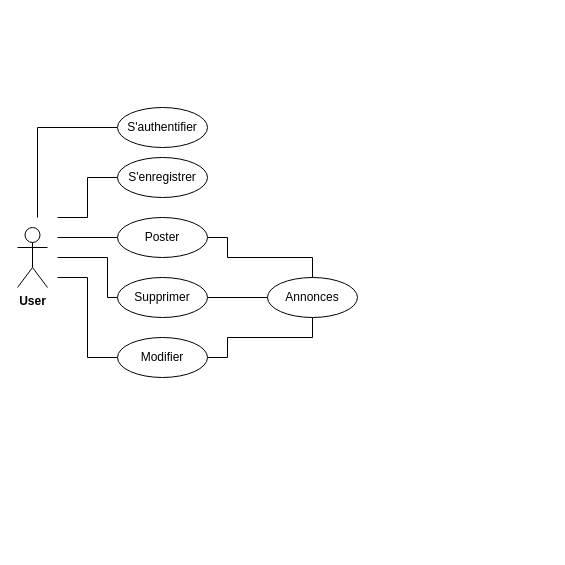
Earlier version of the draw.io diagram Maquettes/Use case.drawio (YFanha/PROJ-Annonces). Source tidied: cells renumbered, new cells numbered last; positions are measured from the earlier drawing's top-left corner, leaving out a move shared by most shapes. Both pictures are drawn from the tidied source at 100%, with x=0, y=0 at pixel (17, 107).
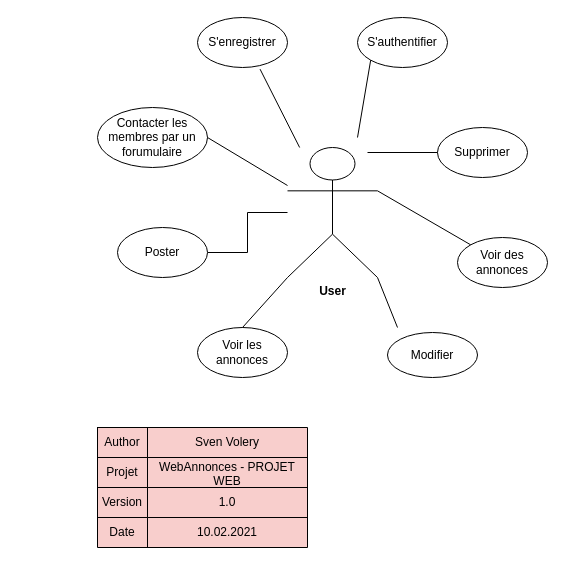
After the change.

Commit message (it also covers changes not shown here):
rajout de cas d'utilisation

The edit, as a diff of the source:
```diff
@@
     <mxCell id="2" value="&lt;b&gt;User&lt;/b&gt;" style="shape=umlActor;verticalLabelPosition=bottom;verticalAlign=top;html=1;outlineConnect=0;" parent="1" vertex="1">
-      <mxGeometry y="120" width="30" height="60" as="geometry" />
+      <mxGeometry x="270" y="40" width="90" height="130" as="geometry" />
     </mxCell>
-    <mxCell id="3" style="edgeStyle=orthogonalEdgeStyle;rounded=0;jettySize=auto;html=1;exitX=0;exitY=0.5;exitDx=0;exitDy=0;endArrow=none;endFill=0;" parent="1" edge="1" source="4">
-      <mxGeometry relative="1" as="geometry">
-        <mxPoint x="20" y="110" as="targetPoint" />
-        <Array as="points">
-          <mxPoint x="20" y="20" />
-          <mxPoint x="20" y="110" />
-        </Array>
-      </mxGeometry>
-    </mxCell>
     <mxCell id="4" value="S'authentifier" style="ellipse;whiteSpace=wrap;html=1;" parent="1" vertex="1">
-      <mxGeometry x="100" width="90" height="40" as="geometry" />
+      <mxGeometry x="340" y="-90" width="90" height="50" as="geometry" />
     </mxCell>
-    <mxCell id="5" style="edgeStyle=orthogonalEdgeStyle;rounded=0;jettySize=auto;html=1;exitX=0;exitY=0.5;exitDx=0;exitDy=0;endArrow=none;endFill=0;" parent="1" edge="1" source="6">
-      <mxGeometry relative="1" as="geometry">
-        <mxPoint x="40" y="110" as="targetPoint" />
-        <Array as="points">
-          <mxPoint x="70" y="70" />
-          <mxPoint x="70" y="110" />
-          <mxPoint x="40" y="110" />
-        </Array>
-      </mxGeometry>
-    </mxCell>
     <mxCell id="6" value="S'enregistrer" style="ellipse;whiteSpace=wrap;html=1;" parent="1" vertex="1">
-      <mxGeometry x="100" y="50" width="90" height="40" as="geometry" />
+      <mxGeometry x="180" y="-90" width="90" height="50" as="geometry" />
     </mxCell>
-    <mxCell id="7" style="edgeStyle=orthogonalEdgeStyle;rounded=0;jettySize=auto;html=1;exitX=1;exitY=0.5;exitDx=0;exitDy=0;entryX=0.5;entryY=0;entryDx=0;entryDy=0;endArrow=none;endFill=0;" parent="1" edge="1" source="9" target="16">
-      <mxGeometry relative="1" as="geometry">
-        <Array as="points">
-          <mxPoint x="210" y="130" />
-          <mxPoint x="210" y="150" />
-          <mxPoint x="295" y="150" />
-        </Array>
-      </mxGeometry>
-    </mxCell>
-    <mxCell id="8" style="edgeStyle=orthogonalEdgeStyle;rounded=0;jettySize=auto;html=1;exitX=0;exitY=0.5;exitDx=0;exitDy=0;endArrow=none;endFill=0;" parent="1" edge="1" source="9">
-      <mxGeometry relative="1" as="geometry">
-        <mxPoint x="40" y="130" as="targetPoint" />
-      </mxGeometry>
-    </mxCell>
+    <mxCell id="17" style="edgeStyle=orthogonalEdgeStyle;rounded=0;jettySize=auto;html=1;endArrow=none;endFill=0;" parent="1" edge="1" source="9" target="2">
+      <mxGeometry relative="1" as="geometry" />
+    </mxCell>
     <mxCell id="9" value="Poster" style="ellipse;whiteSpace=wrap;html=1;" parent="1" vertex="1">
-      <mxGeometry x="100" y="110" width="90" height="40" as="geometry" />
+      <mxGeometry x="100" y="120" width="90" height="50" as="geometry" />
     </mxCell>
-    <mxCell id="10" style="edgeStyle=orthogonalEdgeStyle;rounded=0;jettySize=auto;html=1;exitX=1;exitY=0.5;exitDx=0;exitDy=0;entryX=0;entryY=0.5;entryDx=0;entryDy=0;endArrow=none;endFill=0;" parent="1" edge="1" source="12" target="16">
-      <mxGeometry relative="1" as="geometry" />
-    </mxCell>
-    <mxCell id="11" style="edgeStyle=orthogonalEdgeStyle;rounded=0;jettySize=auto;html=1;exitX=0;exitY=0.5;exitDx=0;exitDy=0;endArrow=none;endFill=0;" parent="1" edge="1" source="12">
-      <mxGeometry relative="1" as="geometry">
-        <mxPoint x="40" y="150" as="targetPoint" />
-        <Array as="points">
-          <mxPoint x="90" y="190" />
-          <mxPoint x="90" y="150" />
-        </Array>
-      </mxGeometry>
-    </mxCell>
     <mxCell id="12" value="Supprimer" style="ellipse;whiteSpace=wrap;html=1;" parent="1" vertex="1">
-      <mxGeometry x="100" y="170" width="90" height="40" as="geometry" />
+      <mxGeometry x="420" y="20" width="90" height="50" as="geometry" />
     </mxCell>
-    <mxCell id="13" style="edgeStyle=orthogonalEdgeStyle;rounded=0;jettySize=auto;html=1;exitX=1;exitY=0.5;exitDx=0;exitDy=0;entryX=0.5;entryY=1;entryDx=0;entryDy=0;endArrow=none;endFill=0;" parent="1" edge="1" source="15" target="16">
-      <mxGeometry relative="1" as="geometry">
-        <Array as="points">
-          <mxPoint x="210" y="250" />
-          <mxPoint x="210" y="230" />
-          <mxPoint x="295" y="230" />
-        </Array>
-      </mxGeometry>
-    </mxCell>
-    <mxCell id="14" style="edgeStyle=orthogonalEdgeStyle;rounded=0;jettySize=auto;html=1;exitX=0;exitY=0.5;exitDx=0;exitDy=0;endArrow=none;endFill=0;" parent="1" edge="1" source="15">
-      <mxGeometry relative="1" as="geometry">
-        <mxPoint x="40" y="170" as="targetPoint" />
-        <Array as="points">
-          <mxPoint x="70" y="250" />
-          <mxPoint x="70" y="170" />
-        </Array>
-      </mxGeometry>
-    </mxCell>
     <mxCell id="15" value="Modifier" style="ellipse;whiteSpace=wrap;html=1;" parent="1" vertex="1">
-      <mxGeometry x="100" y="230" width="90" height="40" as="geometry" />
+      <mxGeometry x="370" y="225" width="90" height="45" as="geometry" />
     </mxCell>
-    <mxCell id="16" value="Annonces" style="ellipse;whiteSpace=wrap;html=1;" parent="1" vertex="1">
-      <mxGeometry x="250" y="170" width="90" height="40" as="geometry" />
-    </mxCell>
+    <mxCell id="18" value="Voir des annonces" style="ellipse;whiteSpace=wrap;html=1;" parent="1" vertex="1">
+      <mxGeometry x="440" y="130" width="90" height="50" as="geometry" />
+    </mxCell>
+    <mxCell id="19" value="Voir les annonces" style="ellipse;whiteSpace=wrap;html=1;" parent="1" vertex="1">
+      <mxGeometry x="180" y="220" width="90" height="50" as="geometry" />
+    </mxCell>
+    <mxCell id="20" value="Contacter les membres par un forumulaire" style="ellipse;whiteSpace=wrap;html=1;" parent="1" vertex="1">
+      <mxGeometry x="80" width="110" height="60" as="geometry" />
+    </mxCell>
+    <mxCell id="21" style="endArrow=none;html=1;exitX=0.5;exitY=0;exitDx=0;exitDy=0;" parent="1" edge="1" source="19">
+      <mxGeometry relative="1" as="geometry">
+        <mxPoint x="270" y="170" as="targetPoint" />
+      </mxGeometry>
+    </mxCell>
+    <mxCell id="22" style="endArrow=none;html=1;entryX=1;entryY=0.5;entryDx=0;entryDy=0;" parent="1" edge="1" source="2" target="20">
+      <mxGeometry relative="1" as="geometry" />
+    </mxCell>
+    <mxCell id="23" style="endArrow=none;html=1;entryX=0.695;entryY=1.033;entryDx=0;entryDy=0;entryPerimeter=0;" parent="1" edge="1" source="2" target="6">
+      <mxGeometry relative="1" as="geometry" />
+    </mxCell>
+    <mxCell id="24" style="endArrow=none;html=1;entryX=0;entryY=1;entryDx=0;entryDy=0;" parent="1" edge="1" target="4">
+      <mxGeometry relative="1" as="geometry">
+        <mxPoint x="340" y="30" as="sourcePoint" />
+      </mxGeometry>
+    </mxCell>
+    <mxCell id="25" style="endArrow=none;html=1;entryX=0;entryY=0.5;entryDx=0;entryDy=0;" parent="1" edge="1" target="12">
+      <mxGeometry relative="1" as="geometry">
+        <mxPoint x="350" y="45" as="sourcePoint" />
+      </mxGeometry>
+    </mxCell>
+    <mxCell id="26" style="endArrow=none;html=1;entryX=0;entryY=0;entryDx=0;entryDy=0;exitX=1;exitY=0.3333333333333333;exitDx=0;exitDy=0;exitPerimeter=0;" parent="1" edge="1" source="2" target="18">
+      <mxGeometry relative="1" as="geometry" />
+    </mxCell>
+    <mxCell id="27" style="endArrow=none;html=1;exitX=1;exitY=1;exitDx=0;exitDy=0;exitPerimeter=0;" parent="1" edge="1" source="2">
+      <mxGeometry relative="1" as="geometry">
+        <mxPoint x="380" y="220" as="targetPoint" />
+      </mxGeometry>
+    </mxCell>
+    <mxCell id="28" style="shape=table;html=1;whiteSpace=wrap;startSize=0;childLayout=tableLayout;fillColor=#f8cecc;" parent="1" vertex="1">
+      <mxGeometry x="80" y="320" width="210" height="120" as="geometry" />
+    </mxCell>
+    <mxCell id="29" style="shape=partialRectangle;html=1;whiteSpace=wrap;fillColor=none;top=0;left=0;bottom=0;right=0;" parent="28" vertex="1">
+      <mxGeometry width="210" height="30" as="geometry" />
+    </mxCell>
+    <mxCell id="30" value="Author" style="shape=partialRectangle;html=1;whiteSpace=wrap;fillColor=none;top=0;left=0;bottom=0;right=0;overflow=hidden;" parent="29" vertex="1">
+      <mxGeometry width="50" height="30" as="geometry" />
+    </mxCell>
+    <mxCell id="31" value="Sven Volery" style="shape=partialRectangle;html=1;whiteSpace=wrap;fillColor=none;top=0;left=0;bottom=0;right=0;overflow=hidden;" parent="29" vertex="1">
+      <mxGeometry x="50" width="160" height="30" as="geometry" />
+    </mxCell>
+    <mxCell id="32" style="shape=partialRectangle;html=1;whiteSpace=wrap;fillColor=none;top=0;left=0;bottom=0;right=0;" parent="28" vertex="1">
+      <mxGeometry y="30" width="210" height="30" as="geometry" />
+    </mxCell>
+    <mxCell id="33" value="Projet" style="shape=partialRectangle;html=1;whiteSpace=wrap;fillColor=none;top=0;left=0;bottom=0;right=0;overflow=hidden;" parent="32" vertex="1">
+      <mxGeometry width="50" height="30" as="geometry" />
+    </mxCell>
+    <mxCell id="34" value="WebAnnonces - PROJET WEB" style="shape=partialRectangle;html=1;whiteSpace=wrap;fillColor=none;top=0;left=0;bottom=0;right=0;overflow=hidden;" parent="32" vertex="1">
+      <mxGeometry x="50" width="160" height="30" as="geometry" />
+    </mxCell>
+    <mxCell id="35" style="shape=partialRectangle;html=1;whiteSpace=wrap;fillColor=none;top=0;left=0;bottom=0;right=0;" parent="28" vertex="1">
+      <mxGeometry y="60" width="210" height="30" as="geometry" />
+    </mxCell>
+    <mxCell id="36" value="Version" style="shape=partialRectangle;html=1;whiteSpace=wrap;fillColor=none;top=0;left=0;bottom=0;right=0;overflow=hidden;" parent="35" vertex="1">
+      <mxGeometry width="50" height="30" as="geometry" />
+    </mxCell>
+    <mxCell id="37" value="1.0" style="shape=partialRectangle;html=1;whiteSpace=wrap;fillColor=none;top=0;left=0;bottom=0;right=0;overflow=hidden;" parent="35" vertex="1">
+      <mxGeometry x="50" width="160" height="30" as="geometry" />
+    </mxCell>
+    <mxCell id="38" style="shape=partialRectangle;html=1;whiteSpace=wrap;fillColor=none;top=0;left=0;bottom=0;right=0;" parent="28" vertex="1">
+      <mxGeometry y="90" width="210" height="30" as="geometry" />
+    </mxCell>
+    <mxCell id="39" value="Date" style="shape=partialRectangle;html=1;whiteSpace=wrap;fillColor=none;top=0;left=0;bottom=0;right=0;overflow=hidden;" parent="38" vertex="1">
+      <mxGeometry width="50" height="30" as="geometry" />
+    </mxCell>
+    <mxCell id="40" value="10.02.2021" style="shape=partialRectangle;html=1;whiteSpace=wrap;fillColor=none;top=0;left=0;bottom=0;right=0;overflow=hidden;" parent="38" vertex="1">
+      <mxGeometry x="50" width="160" height="30" as="geometry" />
+    </mxCell>
```
